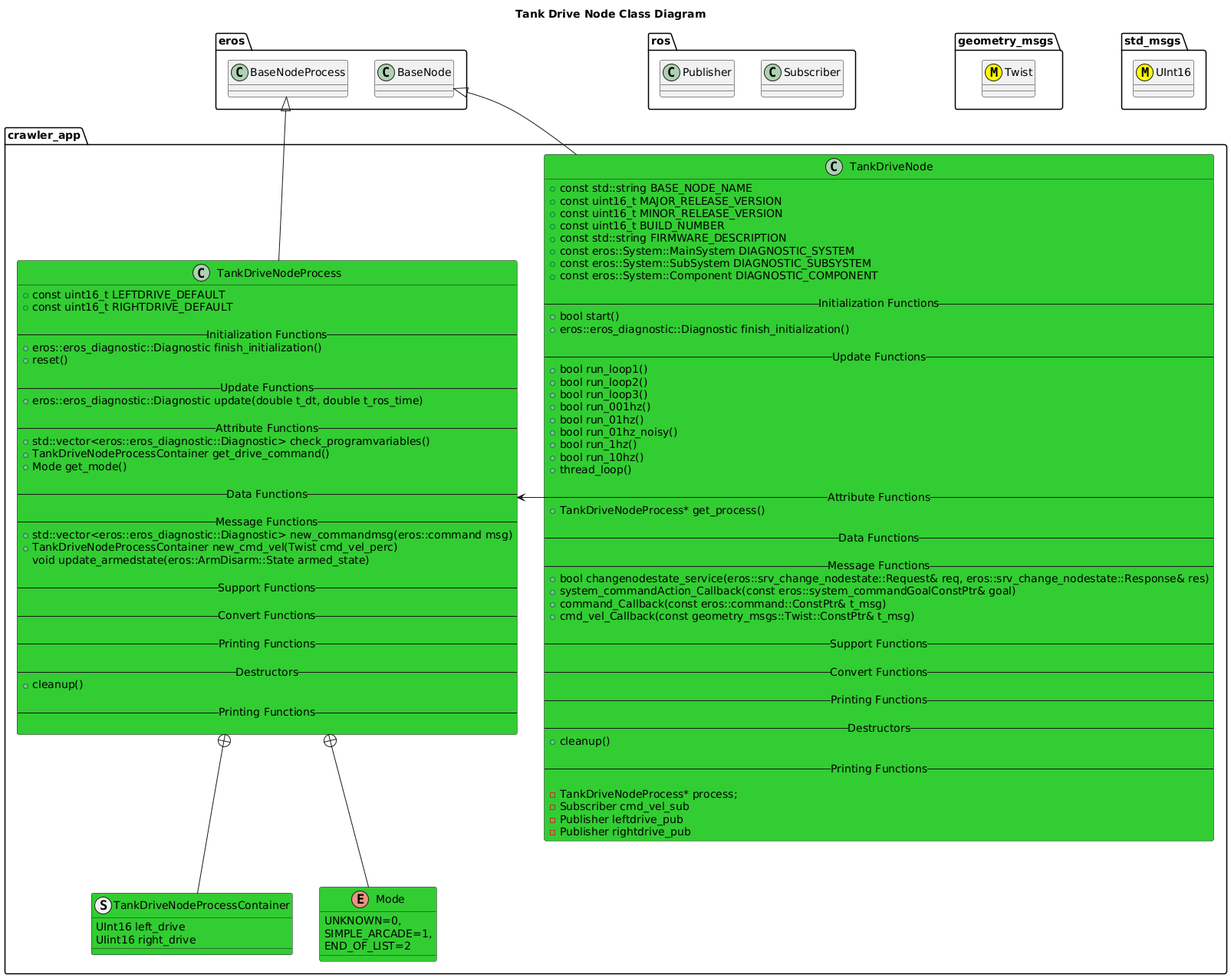
Earlier version of the PlantUML export nodes/TankDriveNode/doc/output/TankDriveNodeClassDiagram.png (fastrobotics/crawler_app).
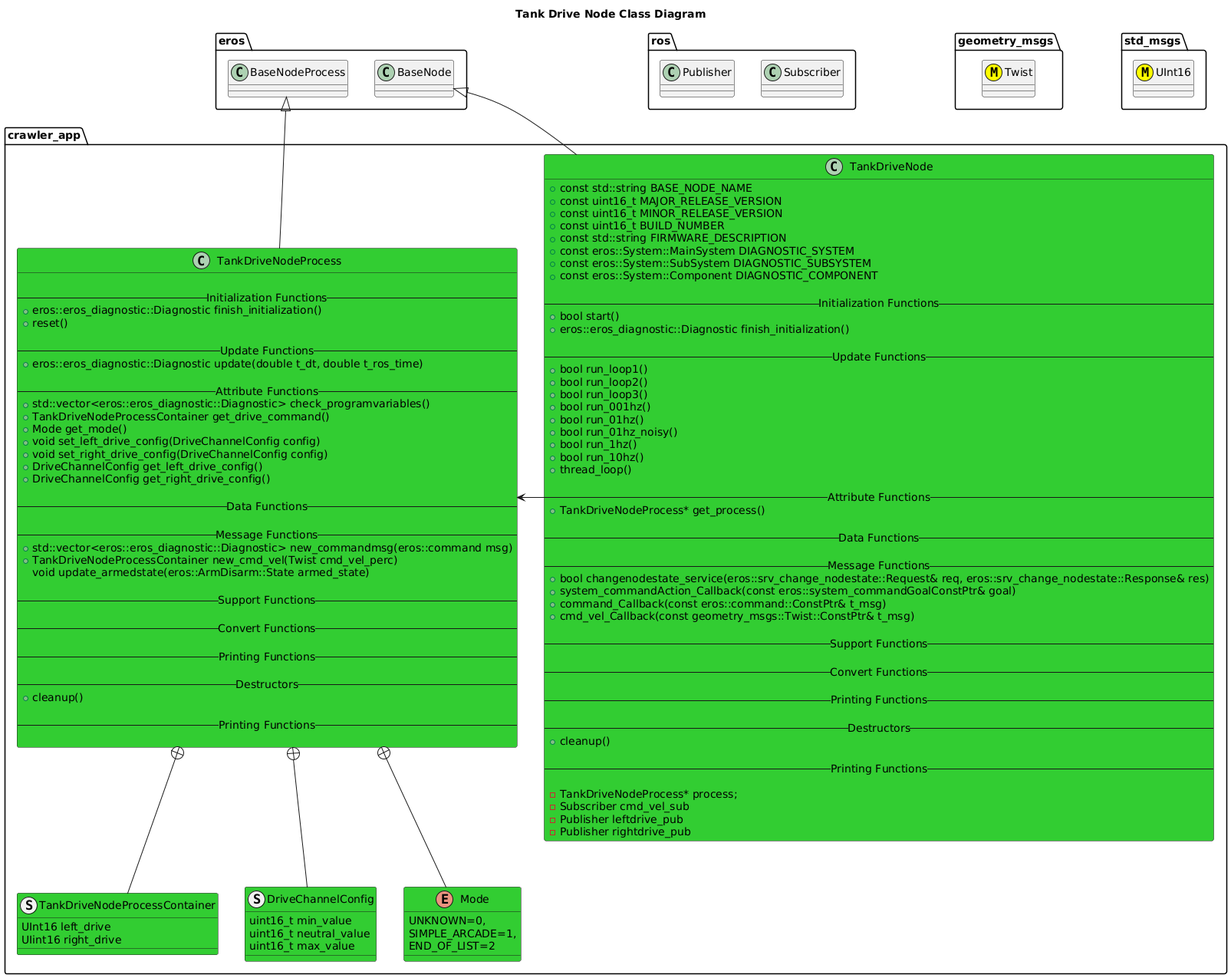
Above is the later version.

Change to the diagram source:
```diff
@@ -69,9 +69,15 @@
       -Publisher leftdrive_pub
       -Publisher rightdrive_pub
   }
+
   struct TankDriveNodeProcessContainer #LimeGreen {
     UInt16 left_drive
     UIint16 right_drive
+  }
+  struct DriveChannelConfig #LimeGreen {
+    uint16_t min_value
+    uint16_t neutral_value
+    uint16_t max_value
   }
   enum Mode #LimeGreen {
     UNKNOWN=0,
@@ -79,8 +85,6 @@
     END_OF_LIST=2
   }
   class TankDriveNodeProcess #LimeGreen {
-      +const uint16_t LEFTDRIVE_DEFAULT
-      +const uint16_t RIGHTDRIVE_DEFAULT
 
       -- Initialization Functions --
       +eros::eros_diagnostic::Diagnostic finish_initialization()
@@ -91,8 +95,12 @@
 
       -- Attribute Functions --
       +std::vector<eros::eros_diagnostic::Diagnostic> check_programvariables()
-        +TankDriveNodeProcessContainer get_drive_command()
+      +TankDriveNodeProcessContainer get_drive_command()
       +Mode get_mode()
+      +void set_left_drive_config(DriveChannelConfig config)
+      +void set_right_drive_config(DriveChannelConfig config)
+      +DriveChannelConfig get_left_drive_config()
+      +DriveChannelConfig get_right_drive_config()
 
       -- Data Functions --
 
@@ -114,6 +122,7 @@
 
   }
   TankDriveNodeProcess +-- TankDriveNodeProcessContainer
+  TankDriveNodeProcess +-- DriveChannelConfig
   TankDriveNodeProcess +-- Mode
   BaseNode <|-- TankDriveNode
   BaseNodeProcess <|-- TankDriveNodeProcess
```
